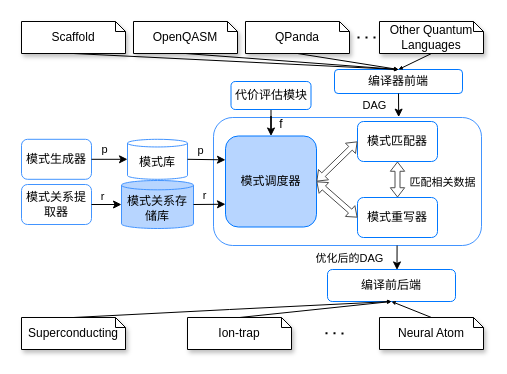
Earlier version of the draw.io diagram 优化框架.drawio (RosaryXiang/draw). Source tidied: cells renumbered, new cells numbered last; positions are measured from the earlier drawing's top-left corner, leaving out a move shared by most shapes. Both pictures are drawn from the tidied source at 100%, with x=0, y=0 at pixel (21, 21).
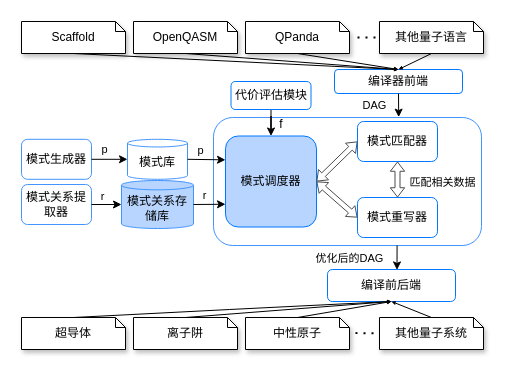
The same page after the edit.

Unchanged cells that the change refers to:
```xml
<mxCell id="32" value="编译前后端" style="rounded=1;whiteSpace=wrap;html=1;strokeColor=#0077FF;" parent="1" vertex="1">
  <mxGeometry x="306" y="248" width="128" height="32" as="geometry" />
</mxCell>
```

Change to the diagram source:
```diff
@@
-    <mxCell id="3" value="Other Quantum&lt;br&gt;Languages" style="shape=note;size=10;whiteSpace=wrap;html=1;shadow=1;" parent="1" vertex="1">
+    <mxCell id="3" value="其他量子语言" style="shape=note;size=10;whiteSpace=wrap;html=1;shadow=1;" parent="1" vertex="1">
       <mxGeometry x="358" width="104" height="32" as="geometry" />
     </mxCell>
@@
-    <mxCell id="37" value="Superconducting" style="shape=note;size=10;whiteSpace=wrap;html=1;shadow=1;" parent="1" vertex="1">
+    <mxCell id="37" value="超导体" style="shape=note;size=10;whiteSpace=wrap;html=1;shadow=1;" parent="1" vertex="1">
       <mxGeometry y="296" width="104" height="32" as="geometry" />
     </mxCell>
-    <mxCell id="38" value="Neural Atom" style="shape=note;size=10;whiteSpace=wrap;html=1;shadow=1;" parent="1" vertex="1">
-      <mxGeometry x="358" y="296" width="104" height="32" as="geometry" />
+    <mxCell id="38" value="中性原子" style="shape=note;size=10;whiteSpace=wrap;html=1;shadow=1;" parent="1" vertex="1">
+      <mxGeometry x="224" y="296" width="104" height="32" as="geometry" />
     </mxCell>
-    <mxCell id="39" value="Ion-trap" style="shape=note;size=10;whiteSpace=wrap;html=1;shadow=1;" parent="1" vertex="1">
-      <mxGeometry x="166" y="296" width="104" height="32" as="geometry" />
+    <mxCell id="39" value="离子阱" style="shape=note;size=10;whiteSpace=wrap;html=1;shadow=1;" parent="1" vertex="1">
+      <mxGeometry x="112" y="296" width="104" height="32" as="geometry" />
     </mxCell>
@@
     <mxCell id="43" style="endArrow=none;dashed=1;html=1;dashPattern=1 3;strokeWidth=2;rounded=0;" parent="1" edge="1">
       <mxGeometry relative="1" as="geometry">
-        <mxPoint x="304" y="311.7" as="sourcePoint" />
-        <mxPoint x="328" y="312" as="targetPoint" />
+        <mxPoint x="334" y="311.6" as="sourcePoint" />
+        <mxPoint x="358" y="311.9" as="targetPoint" />
       </mxGeometry>
     </mxCell>
@@
+    <mxCell id="47" value="其他量子系统" style="shape=note;size=10;whiteSpace=wrap;html=1;shadow=1;" parent="1" vertex="1">
+      <mxGeometry x="358" y="296" width="104" height="32" as="geometry" />
+    </mxCell>
+    <mxCell id="48" style="endArrow=classic;html=1;rounded=0;exitX=0.5;exitY=0;exitDx=0;exitDy=0;exitPerimeter=0;endSize=2;entryX=0.5;entryY=1;entryDx=0;entryDy=0;" parent="1" edge="1" source="47" target="32">
+      <mxGeometry relative="1" as="geometry" />
+    </mxCell>
```
